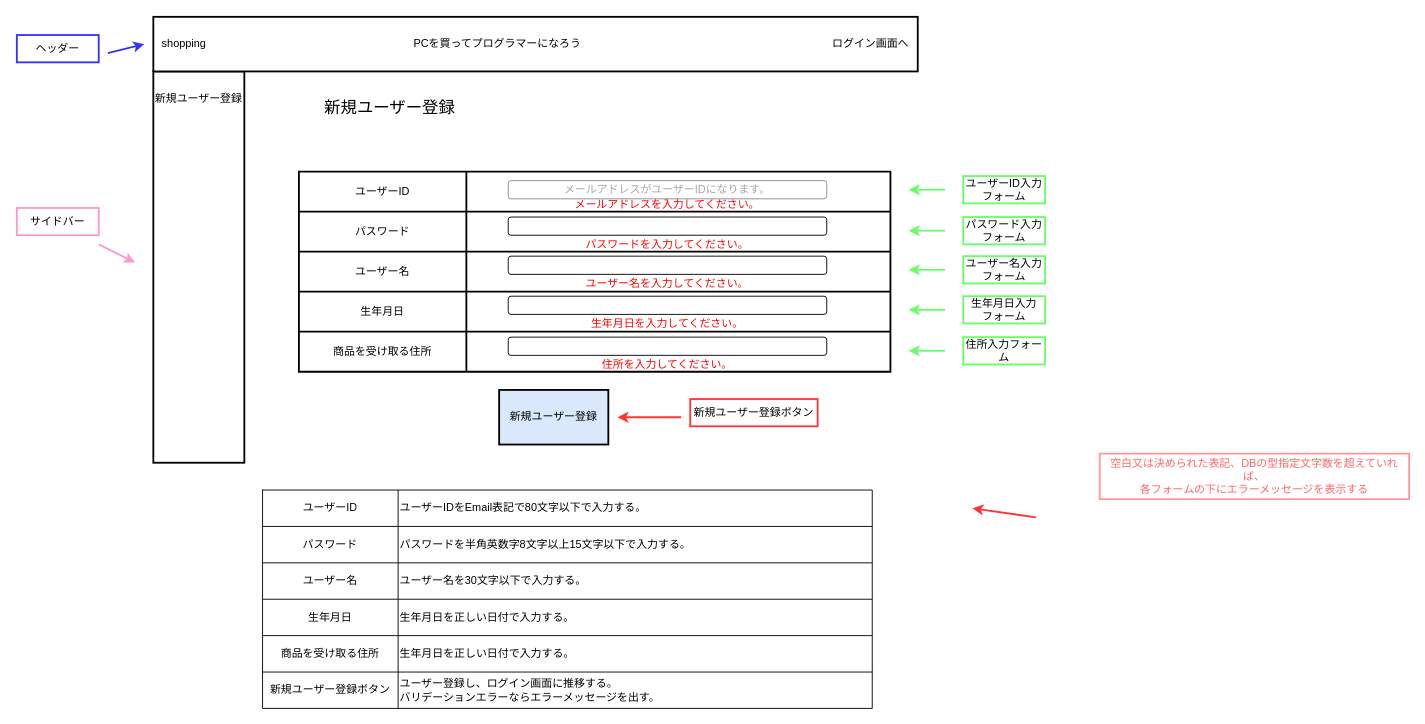
This is page "新規ユーザー登録" (2 of 33) of src/main/resources/templates/shopping/Untitled Diagram.drawio from YumaMaruyama/ITworksTRYshopping, a draw.io file, before an edit. Source tidied: cells renumbered, new cells numbered last; positions are measured from the earlier drawing's top-left corner, leaving out a move shared by most shapes. Both pictures are drawn from the tidied source at 91%, with x=0, y=0 at pixel (16, 16).
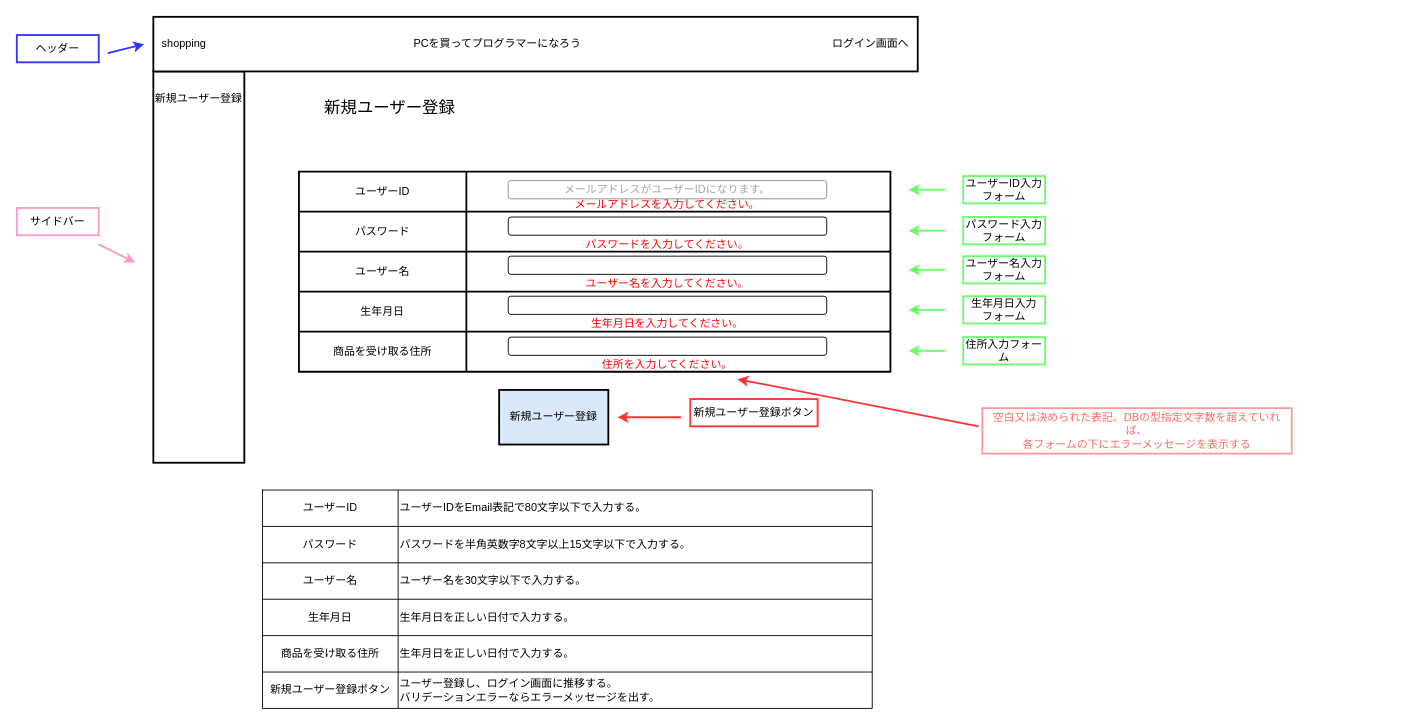
The same page after the edit.

The change refers to these unchanged cells:
```xml
<mxCell id="42" value="&lt;font color=&quot;#ff0000&quot;&gt;住所を入力してください。&lt;/font&gt;" style="text;html=1;strokeColor=none;fillColor=none;align=center;verticalAlign=middle;whiteSpace=wrap;rounded=0;" parent="1" vertex="1">
  <mxGeometry x="520" y="372" width="390" height="20" as="geometry" />
</mxCell>
```

What changed in the source:
```diff
@@
-    <mxCell id="36" style="endArrow=classic;html=1;strokeColor=#FF3333;strokeWidth=2;" parent="1" edge="1">
+    <mxCell id="36" style="endArrow=classic;html=1;strokeColor=#FF3333;strokeWidth=2;entryX=0.697;entryY=1.306;entryDx=0;entryDy=0;entryPerimeter=0;" parent="1" edge="1" target="42">
       <mxGeometry relative="1" as="geometry">
-        <mxPoint x="1120" y="550" as="sourcePoint" />
-        <mxPoint x="1050" y="540" as="targetPoint" />
+        <mxPoint x="1057" y="450" as="sourcePoint" />
       </mxGeometry>
     </mxCell>
     <mxCell id="37" value="&lt;font color=&quot;#ff6666&quot;&gt;空白又は決められた表記、DBの型指定文字数を超えていれば、&lt;br&gt;各フォームの下にエラーメッセージを表示する&lt;br&gt;&lt;/font&gt;" style="rounded=0;whiteSpace=wrap;html=1;fontColor=#FFE6CC;strokeColor=#FF9999;strokeWidth=2;" parent="1" vertex="1">
-      <mxGeometry x="1190" y="480" width="340" height="50" as="geometry" />
+      <mxGeometry x="1061" y="430" width="340" height="50" as="geometry" />
     </mxCell>
```
